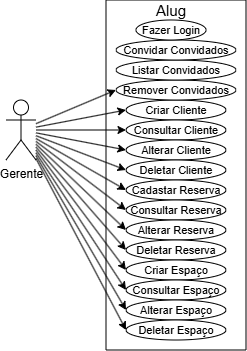
ArtKingOfNothing/Alug keeps this draw.io diagram as Docs/Casos de Uso/casosdeusoGerente.drawio.png. Above is the earlier version. Source tidied: cells renumbered, new cells last; positions are measured from the earlier drawing's top-left corner, leaving out a move shared by most shapes.
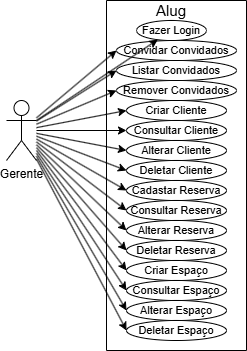
After the change.

Commit message:
docs: Ajustes Doc de Requisitos

The edit, as a diff of the source:
```diff
@@ -29,6 +29,12 @@
     <mxCell id="10" style="rounded=0;jettySize=auto;html=1;entryX=0;entryY=0.5;entryDx=0;entryDy=0;" parent="1" edge="1" source="11" target="20">
       <mxGeometry relative="1" as="geometry" />
     </mxCell>
+    <mxCell id="34" style="rounded=0;jettySize=auto;html=1;entryX=0;entryY=0.5;entryDx=0;entryDy=0;" parent="1" edge="1" source="11" target="30">
+      <mxGeometry relative="1" as="geometry" />
+    </mxCell>
+    <mxCell id="35" style="rounded=0;jettySize=auto;html=1;entryX=0;entryY=0.5;entryDx=0;entryDy=0;" parent="1" edge="1" source="11" target="31">
+      <mxGeometry relative="1" as="geometry" />
+    </mxCell>
     <mxCell id="11" value="&lt;font style=&quot;color: light-dark(rgb(0, 0, 0), rgb(255, 255, 255));&quot;&gt;Gerente&lt;/font&gt;&lt;div&gt;&lt;br&gt;&lt;/div&gt;" style="shape=umlActor;verticalLabelPosition=bottom;verticalAlign=top;html=1;outlineConnect=0;" parent="1" vertex="1">
       <mxGeometry y="100" width="30" height="60" as="geometry" />
     </mxCell>
@@ -92,6 +98,9 @@
     <mxCell id="31" value="Convidar Convidados" style="ellipse;whiteSpace=wrap;html=1;fontSize=11;fillColor=light-dark(#FFFFFF,#FF0000);" parent="1" vertex="1">
       <mxGeometry x="110" y="40" width="120" height="20" as="geometry" />
     </mxCell>
+    <mxCell id="36" style="rounded=0;jettySize=auto;html=1;endArrow=none;endFill=0;startArrow=classic;startFill=1;" parent="1" edge="1" source="32" target="11">
+      <mxGeometry relative="1" as="geometry" />
+    </mxCell>
     <mxCell id="32" value="Fazer Login" style="ellipse;whiteSpace=wrap;html=1;fontSize=11;strokeColor=light-dark(#000000,#FFF4C3);fillColor=light-dark(#FFFFFF,#0E2787);" parent="1" vertex="1">
       <mxGeometry x="130" y="20" width="70" height="20" as="geometry" />
     </mxCell>
```
